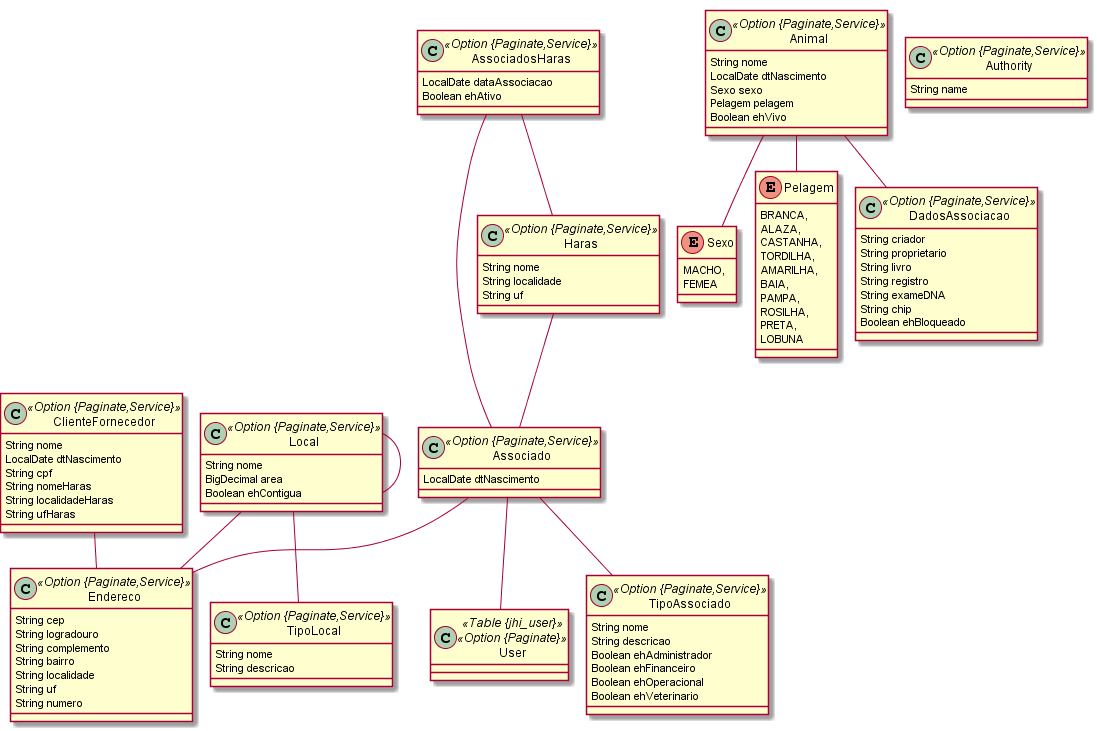
Earlier version of the PlantUML export mmgestor.png (mjagfilho/mmgestor).
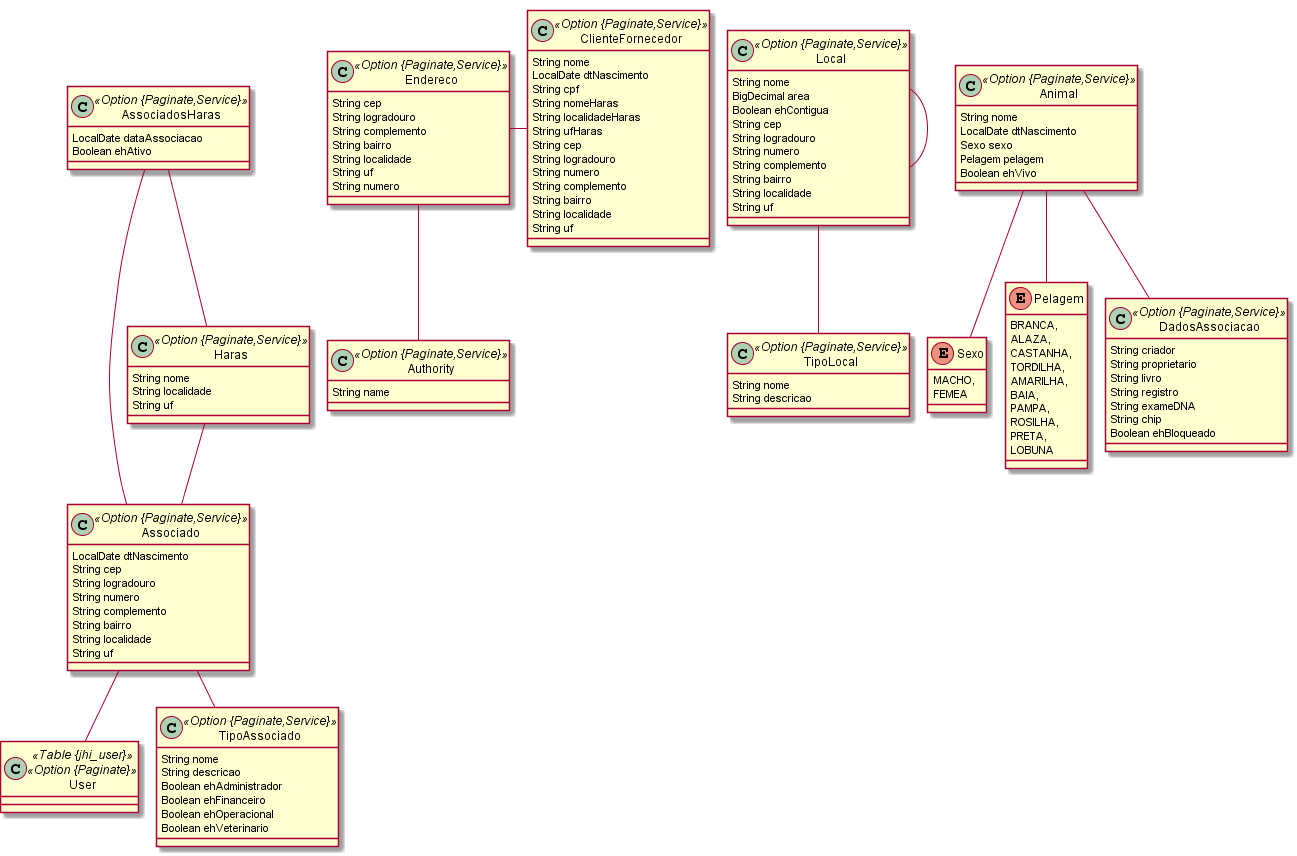
The same file after the commit.

What changed in the source:
```diff
@@ -22,6 +22,13 @@
 	}
 	class Associado <<Option {Paginate,Service}>> {
 		LocalDate dtNascimento
+		String cep
+		String logradouro
+		String numero
+		String complemento
+		String bairro
+		String localidade
+		String uf
 	}
 	class Haras <<Option {Paginate,Service}>> {
 		String nome
@@ -40,6 +47,13 @@
 		String nome
 		BigDecimal area
 		Boolean ehContigua
+		String cep
+		String logradouro
+		String numero
+		String complemento
+		String bairro
+		String localidade
+		String uf
 	}
 	class ClienteFornecedor <<Option {Paginate,Service}>> {
 		String nome
@@ -48,6 +62,13 @@
 		String nomeHaras
 		String localidadeHaras
 		String ufHaras
+		String cep
+		String logradouro
+		String numero
+		String complemento
+		String bairro
+		String localidade
+		String uf
 	}
 	enum Sexo {
 		MACHO,
@@ -84,11 +105,8 @@
 		Boolean ehBloqueado
 	}
 	Associado  "tipo 0..1 " -- "0..1 "  TipoAssociado
-	Associado  "endereco 0..1 " -- "0..1 "  Endereco
 	Associado  "usuario 0..1 " -- "0..1 "  User
 	Local  "tipo 0..1 " -- "0..1 "  TipoLocal
-	Local  "endereco 0..1 " -- "0..1 "  Endereco
-	ClienteFornecedor  "endereco 0..1 " -- "0..1 "  Endereco
 	Animal  "dadosAssociacao 0..1 " -- "animal 0..1 "  DadosAssociacao
 	Haras  "responsavel  1..* " o-- "0..1 "  Associado
 	AssociadosHaras  "associado  1..* " o-- "0..1 "  Associado
```
